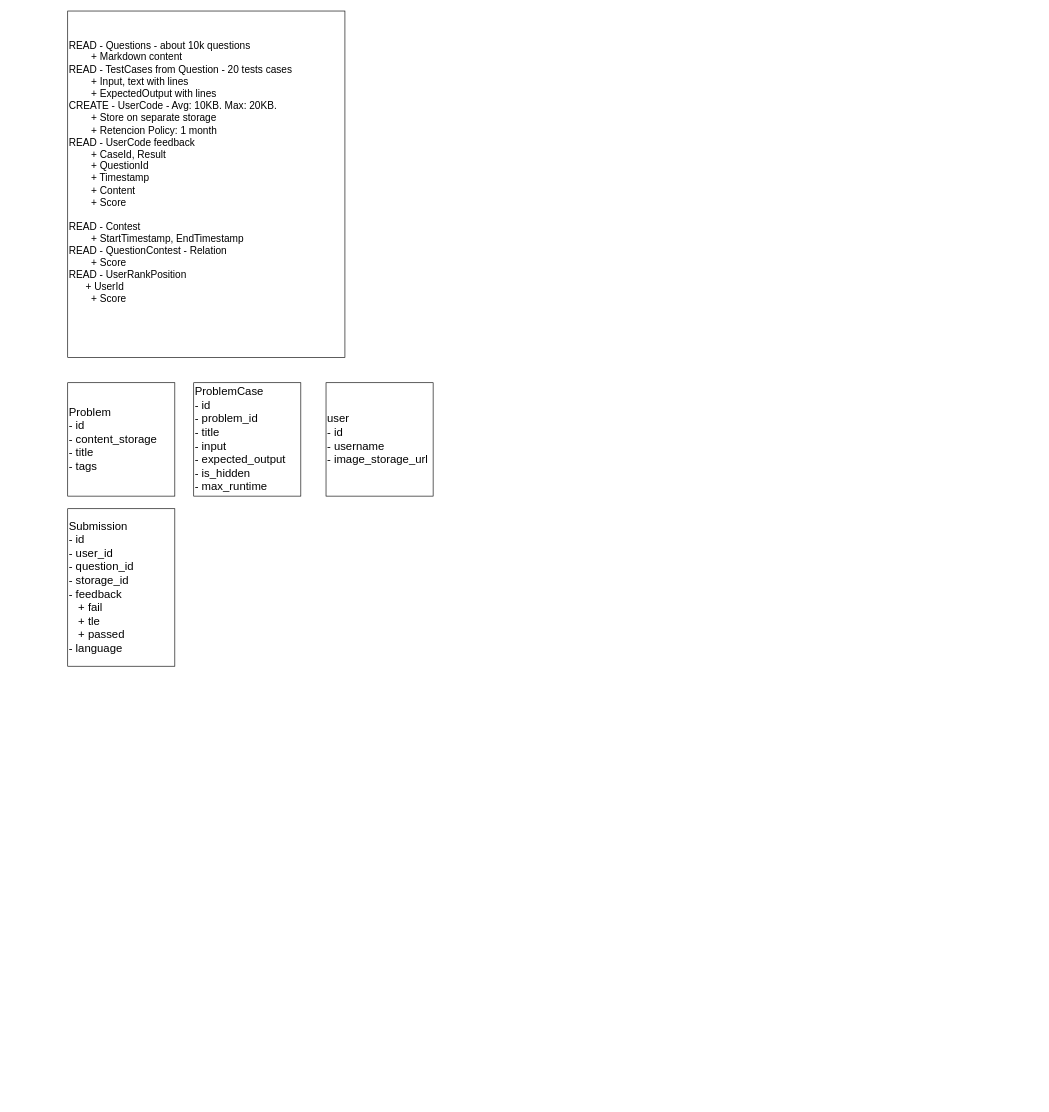
The draw.io diagram leetcode-system-design.drawio in titosilva/problems, before the edit. Source tidied: cells renumbered, new cells numbered last; positions are measured from the earlier drawing's top-left corner, leaving out a move shared by most shapes. Both pictures are drawn from the tidied source at 63%, with x=0, y=0 at pixel (67, 11).
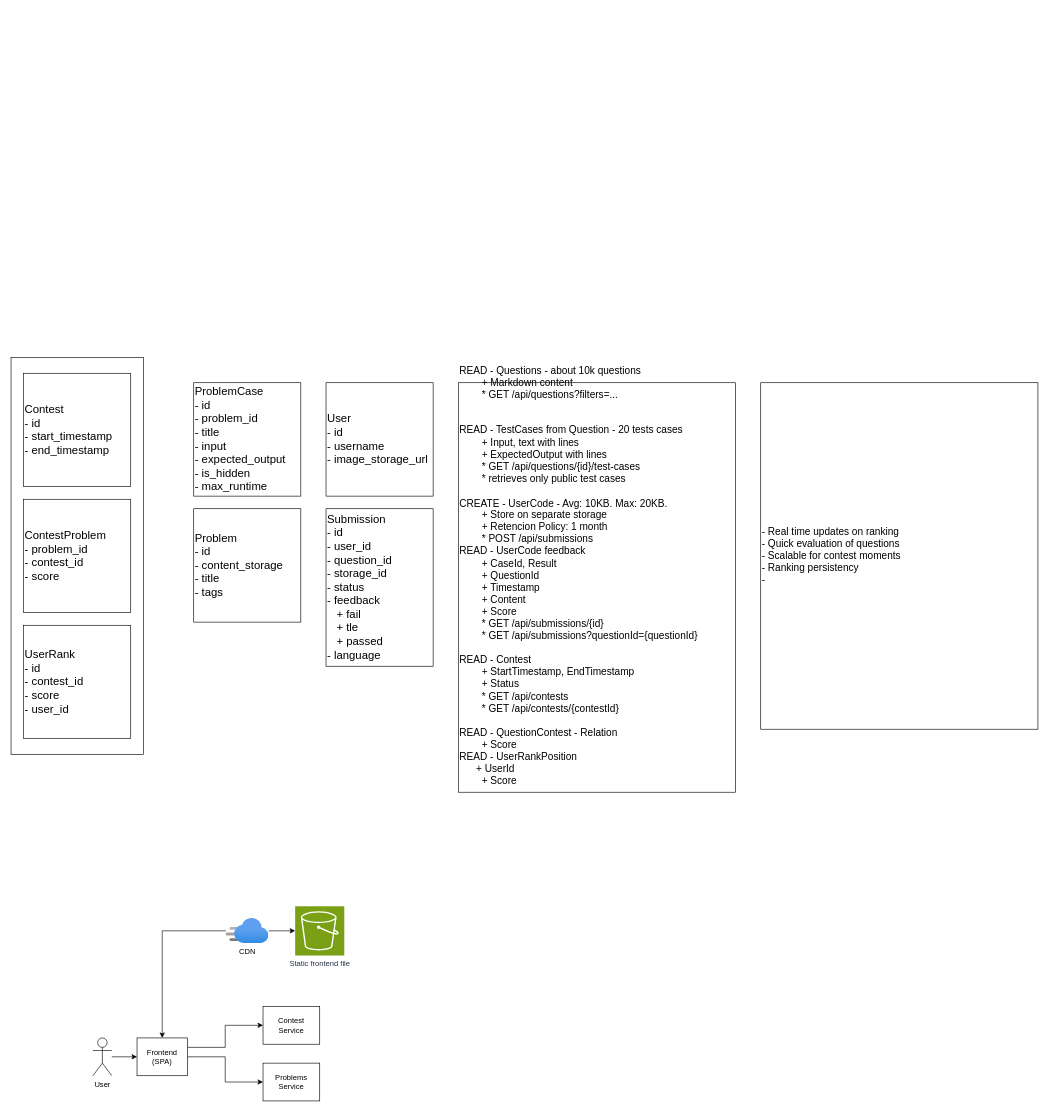
Above is the later version.

What changed in the source:
```diff
@@
+    <mxCell id="7" style="rounded=0;whiteSpace=wrap;html=1;" parent="1" vertex="1">
+      <mxGeometry x="-90" y="550" width="210" height="630" as="geometry" />
+    </mxCell>
-    <mxCell id="2" value="&lt;font size=&quot;3&quot;&gt;READ - Questions - about 10k questions&lt;/font&gt;&lt;div&gt;&lt;font size=&quot;3&quot;&gt;&lt;span style=&quot;white-space: pre;&quot;&gt;&#9;&lt;/span&gt;+ Markdown content&lt;br&gt;READ - TestCases from Question - 20 tests cases&lt;/font&gt;&lt;/div&gt;&lt;div&gt;&lt;font size=&quot;3&quot;&gt;&lt;span style=&quot;white-space: pre;&quot;&gt;&#9;&lt;/span&gt;+ Input, text with lines&lt;br&gt;&lt;span style=&quot;white-space: pre;&quot;&gt;&#9;&lt;/span&gt;+ ExpectedOutput with lines&lt;br&gt;&lt;/font&gt;&lt;div&gt;&lt;font size=&quot;3&quot;&gt;CREATE - UserCode - Avg: 10KB. Max: 20KB.&lt;/font&gt;&lt;/div&gt;&lt;div&gt;&lt;font size=&quot;3&quot;&gt;&lt;span style=&quot;white-space: pre;&quot;&gt;&#9;&lt;/span&gt;+ Store on separate storage&lt;/font&gt;&lt;/div&gt;&lt;div&gt;&lt;font size=&quot;3&quot;&gt;&lt;span style=&quot;white-space: pre;&quot;&gt;&#9;&lt;/span&gt;+ Retencion Policy: 1 month&lt;br&gt;&lt;/font&gt;&lt;span style=&quot;font-size: medium;&quot;&gt;READ - UserCode feedback&lt;/span&gt;&lt;font size=&quot;3&quot;&gt;&lt;br&gt;&lt;span style=&quot;white-space: pre;&quot;&gt;&#9;&lt;/span&gt;+ CaseId, Result&lt;/font&gt;&lt;/div&gt;&lt;div&gt;&lt;font size=&quot;3&quot;&gt;&lt;span style=&quot;white-space: pre;&quot;&gt;&#9;&lt;/span&gt;+ QuestionId&lt;br&gt;&lt;span style=&quot;white-space: pre;&quot;&gt;&#9;&lt;/span&gt;+ Timestamp&lt;br&gt;&lt;span style=&quot;white-space: pre;&quot;&gt;&#9;&lt;/span&gt;+ Content&lt;br&gt;&lt;span style=&quot;white-space: pre;&quot;&gt;&#9;&lt;/span&gt;+ Score&lt;br&gt;&lt;/font&gt;&lt;/div&gt;&lt;div&gt;&lt;font size=&quot;3&quot;&gt;&lt;br&gt;READ - Contest&lt;br&gt;&lt;span style=&quot;white-space: pre;&quot;&gt;&#9;&lt;/span&gt;+ StartTimestamp, EndTimestamp&lt;br&gt;READ - QuestionContest - Relation&lt;br&gt;&lt;span style=&quot;white-space: pre;&quot;&gt;&#9;&lt;/span&gt;+ Score&lt;br&gt;READ - UserRankPosition&lt;br&gt;&amp;nbsp; &amp;nbsp; &amp;nbsp; + UserId&lt;/font&gt;&lt;/div&gt;&lt;div&gt;&lt;font size=&quot;3&quot;&gt;&lt;span style=&quot;white-space: pre;&quot;&gt;&#9;&lt;/span&gt;+ Score&lt;/font&gt;&lt;/div&gt;&lt;div&gt;&lt;font size=&quot;3&quot;&gt;&lt;br&gt;&lt;/font&gt;&lt;/div&gt;&lt;div&gt;&lt;font size=&quot;3&quot;&gt;&lt;br&gt;&lt;/font&gt;&lt;/div&gt;&lt;/div&gt;" style="whiteSpace=wrap;html=1;align=left;" parent="1" vertex="1">
-      <mxGeometry width="440" height="550" as="geometry" />
+    <mxCell id="2" value="&lt;font size=&quot;3&quot;&gt;READ - Questions - about 10k questions&lt;/font&gt;&lt;div&gt;&lt;font size=&quot;3&quot;&gt;&lt;span style=&quot;white-space: pre;&quot;&gt;&#9;&lt;/span&gt;+ Markdown content&lt;br&gt;&lt;span style=&quot;white-space: pre;&quot;&gt;&#9;&lt;/span&gt;* GET /api/questions?filters=...&lt;br&gt;&lt;br&gt;&lt;br&gt;READ - TestCases from Question - 20 tests cases&lt;/font&gt;&lt;/div&gt;&lt;div&gt;&lt;font size=&quot;3&quot;&gt;&lt;span style=&quot;white-space: pre;&quot;&gt;&#9;&lt;/span&gt;+ Input, text with lines&lt;br&gt;&lt;span style=&quot;white-space: pre;&quot;&gt;&#9;&lt;/span&gt;+ ExpectedOutput with lines&lt;br&gt;&lt;span style=&quot;white-space: pre;&quot;&gt;&#9;&lt;/span&gt;* GET /api/questions/{id}/test-cases&lt;br&gt;&lt;span style=&quot;white-space: pre;&quot;&gt;&#9;&lt;/span&gt;* retrieves only public test cases&lt;br&gt;&lt;br&gt;&lt;/font&gt;&lt;div&gt;&lt;font size=&quot;3&quot;&gt;CREATE - UserCode - Avg: 10KB. Max: 20KB.&lt;/font&gt;&lt;/div&gt;&lt;div&gt;&lt;font size=&quot;3&quot;&gt;&lt;span style=&quot;white-space: pre;&quot;&gt;&#9;&lt;/span&gt;+ Store on separate storage&lt;/font&gt;&lt;/div&gt;&lt;div&gt;&lt;font size=&quot;3&quot;&gt;&lt;span style=&quot;white-space: pre;&quot;&gt;&#9;&lt;/span&gt;+ Retencion Policy: 1 month&lt;br&gt;&lt;span style=&quot;white-space: pre;&quot;&gt;&#9;&lt;/span&gt;* POST /api/submissions&lt;br&gt;&lt;/font&gt;&lt;span style=&quot;font-size: medium;&quot;&gt;READ - UserCode feedback&lt;/span&gt;&lt;font size=&quot;3&quot;&gt;&lt;br&gt;&lt;span style=&quot;white-space: pre;&quot;&gt;&#9;&lt;/span&gt;+ CaseId, Result&lt;/font&gt;&lt;/div&gt;&lt;div&gt;&lt;font size=&quot;3&quot;&gt;&lt;span style=&quot;white-space: pre;&quot;&gt;&#9;&lt;/span&gt;+ QuestionId&lt;br&gt;&lt;span style=&quot;white-space: pre;&quot;&gt;&#9;&lt;/span&gt;+ Timestamp&lt;br&gt;&lt;span style=&quot;white-space: pre;&quot;&gt;&#9;&lt;/span&gt;+ Content&lt;br&gt;&lt;span style=&quot;white-space: pre;&quot;&gt;&#9;&lt;/span&gt;+ Score&lt;br&gt;&lt;span style=&quot;white-space: pre;&quot;&gt;&#9;&lt;/span&gt;* GET /api/submissions/{id}&lt;br&gt;&lt;/font&gt;&lt;/div&gt;&lt;div&gt;&lt;font size=&quot;3&quot;&gt;&lt;span style=&quot;white-space: pre;&quot;&gt;&#9;&lt;/span&gt;* GET /api/submissions?questionId={questionId}&lt;br&gt;&lt;/font&gt;&lt;/div&gt;&lt;div&gt;&lt;font size=&quot;3&quot;&gt;&lt;br&gt;READ - Contest&lt;br&gt;&lt;span style=&quot;white-space: pre;&quot;&gt;&#9;&lt;/span&gt;+ StartTimestamp, EndTimestamp&lt;/font&gt;&lt;/div&gt;&lt;div&gt;&lt;font size=&quot;3&quot;&gt;&lt;span style=&quot;white-space: pre;&quot;&gt;&#9;&lt;/span&gt;+ Status&lt;br&gt;&lt;span style=&quot;white-space: pre;&quot;&gt;&#9;&lt;/span&gt;* GET /api/contests&lt;/font&gt;&lt;/div&gt;&lt;div&gt;&lt;font size=&quot;3&quot;&gt;&lt;span style=&quot;white-space: pre;&quot;&gt;&#9;&lt;/span&gt;* GET /api/contests/{contestId}&lt;br&gt;&lt;br&gt;READ - QuestionContest - Relation&lt;br&gt;&lt;span style=&quot;white-space: pre;&quot;&gt;&#9;&lt;/span&gt;+ Score&lt;br&gt;READ - UserRankPosition&lt;br&gt;&amp;nbsp; &amp;nbsp; &amp;nbsp; + UserId&lt;/font&gt;&lt;/div&gt;&lt;div&gt;&lt;font size=&quot;3&quot;&gt;&lt;span style=&quot;white-space: pre;&quot;&gt;&#9;&lt;/span&gt;+ Score&lt;/font&gt;&lt;/div&gt;&lt;div&gt;&lt;font size=&quot;3&quot;&gt;&lt;br&gt;&lt;/font&gt;&lt;/div&gt;&lt;div&gt;&lt;font size=&quot;3&quot;&gt;&lt;br&gt;&lt;/font&gt;&lt;/div&gt;&lt;/div&gt;" style="whiteSpace=wrap;html=1;align=left;" parent="1" vertex="1">
+      <mxGeometry x="620" y="590" width="440" height="650" as="geometry" />
     </mxCell>
     <mxCell id="3" value="&lt;font style=&quot;font-size: 18px;&quot;&gt;Problem&lt;br&gt;- id&lt;br&gt;- content_storage&lt;br&gt;- title&lt;br&gt;- tags&lt;/font&gt;" style="rounded=0;whiteSpace=wrap;html=1;align=left;" parent="1" vertex="1">
-      <mxGeometry y="590" width="170" height="180" as="geometry" />
+      <mxGeometry x="200" y="790" width="170" height="180" as="geometry" />
     </mxCell>
@@
-    <mxCell id="5" value="&lt;span style=&quot;font-size: 18px;&quot;&gt;Submission&lt;br&gt;- id&lt;br&gt;- user_id&lt;br&gt;- question_id&lt;br&gt;- storage_id&lt;br&gt;- feedback&lt;br&gt;&amp;nbsp; &amp;nbsp;+ fail&lt;br&gt;&amp;nbsp; &amp;nbsp;+ tle&lt;br&gt;&amp;nbsp; &amp;nbsp;+ passed&lt;br&gt;- language&lt;/span&gt;" style="rounded=0;whiteSpace=wrap;html=1;align=left;" parent="1" vertex="1">
-      <mxGeometry y="790" width="170" height="250" as="geometry" />
+    <mxCell id="5" value="&lt;span style=&quot;font-size: 18px;&quot;&gt;Submission&lt;br&gt;- id&lt;br&gt;- user_id&lt;br&gt;- question_id&lt;br&gt;- storage_id&lt;br&gt;- status&lt;br&gt;- feedback&lt;br&gt;&amp;nbsp; &amp;nbsp;+ fail&lt;br&gt;&amp;nbsp; &amp;nbsp;+ tle&lt;br&gt;&amp;nbsp; &amp;nbsp;+ passed&lt;br&gt;- language&lt;/span&gt;" style="rounded=0;whiteSpace=wrap;html=1;align=left;" parent="1" vertex="1">
+      <mxGeometry x="410" y="790" width="170" height="250" as="geometry" />
     </mxCell>
-    <mxCell id="6" value="&lt;span style=&quot;font-size: 18px;&quot;&gt;user&lt;br&gt;- id&lt;br&gt;- username&lt;br&gt;- image_storage_url&lt;/span&gt;" style="rounded=0;whiteSpace=wrap;html=1;align=left;" parent="1" vertex="1">
+    <mxCell id="6" value="&lt;span style=&quot;font-size: 18px;&quot;&gt;User&lt;br&gt;- id&lt;br&gt;- username&lt;br&gt;- image_storage_url&lt;/span&gt;" style="rounded=0;whiteSpace=wrap;html=1;align=left;" parent="1" vertex="1">
       <mxGeometry x="410" y="590" width="170" height="180" as="geometry" />
     </mxCell>
+    <mxCell id="8" value="&lt;span style=&quot;font-size: 18px;&quot;&gt;Contest&lt;br&gt;- id&lt;br&gt;- start_timestamp&lt;br&gt;- end_timestamp&lt;/span&gt;" style="rounded=0;whiteSpace=wrap;html=1;align=left;" parent="1" vertex="1">
+      <mxGeometry x="-70" y="575" width="170" height="180" as="geometry" />
+    </mxCell>
+    <mxCell id="9" value="&lt;span style=&quot;font-size: 18px;&quot;&gt;ContestProblem&lt;br&gt;- problem_id&lt;br&gt;- contest_id&lt;br&gt;- score&lt;br&gt;&lt;/span&gt;" style="rounded=0;whiteSpace=wrap;html=1;align=left;" parent="1" vertex="1">
+      <mxGeometry x="-70" y="775" width="170" height="180" as="geometry" />
+    </mxCell>
+    <mxCell id="10" value="&lt;span style=&quot;font-size: 18px;&quot;&gt;UserRank&lt;/span&gt;&lt;div&gt;&lt;span style=&quot;font-size: 18px;&quot;&gt;- id&lt;/span&gt;&lt;/div&gt;&lt;div&gt;&lt;span style=&quot;font-size: 18px;&quot;&gt;- contest_id&lt;br&gt;- score&lt;/span&gt;&lt;/div&gt;&lt;div&gt;&lt;span style=&quot;font-size: 18px;&quot;&gt;- user_id&lt;/span&gt;&lt;/div&gt;" style="rounded=0;whiteSpace=wrap;html=1;align=left;" parent="1" vertex="1">
+      <mxGeometry x="-70" y="975" width="170" height="180" as="geometry" />
+    </mxCell>
+    <mxCell id="11" value="&lt;div&gt;&lt;div&gt;&lt;font size=&quot;3&quot;&gt;- Real time updates on ranking&lt;/font&gt;&lt;/div&gt;&lt;/div&gt;&lt;div&gt;&lt;font size=&quot;3&quot;&gt;- Quick evaluation of questions&lt;br&gt;- Scalable for contest moments&lt;br&gt;- Ranking persistency&lt;br&gt;-&amp;nbsp;&lt;/font&gt;&lt;/div&gt;" style="whiteSpace=wrap;html=1;align=left;" parent="1" vertex="1">
+      <mxGeometry x="1100" y="590" width="440" height="550" as="geometry" />
+    </mxCell>
+    <mxCell id="12" style="edgeStyle=orthogonalEdgeStyle;rounded=0;jettySize=auto;html=1;entryX=0;entryY=0.5;entryDx=0;entryDy=0;" parent="1" edge="1" source="13" target="16">
+      <mxGeometry relative="1" as="geometry" />
+    </mxCell>
+    <mxCell id="13" value="User" style="shape=umlActor;verticalLabelPosition=bottom;verticalAlign=top;html=1;outlineConnect=0;" parent="1" vertex="1">
+      <mxGeometry x="40" y="1630" width="30" height="60" as="geometry" />
+    </mxCell>
+    <mxCell id="14" style="edgeStyle=orthogonalEdgeStyle;rounded=0;jettySize=auto;html=1;entryX=0;entryY=0.5;entryDx=0;entryDy=0;" parent="1" edge="1" source="16" target="23">
+      <mxGeometry relative="1" as="geometry" />
+    </mxCell>
+    <mxCell id="15" style="edgeStyle=orthogonalEdgeStyle;rounded=0;jettySize=auto;html=1;exitX=1;exitY=0.25;exitDx=0;exitDy=0;entryX=0;entryY=0.5;entryDx=0;entryDy=0;" parent="1" edge="1" source="16" target="22">
+      <mxGeometry relative="1" as="geometry" />
+    </mxCell>
+    <mxCell id="16" value="Frontend&lt;br&gt;(SPA)" style="rounded=0;whiteSpace=wrap;html=1;" parent="1" vertex="1">
+      <mxGeometry x="110" y="1630" width="80" height="60" as="geometry" />
+    </mxCell>
+    <mxCell id="17" style="edgeStyle=orthogonalEdgeStyle;rounded=0;jettySize=auto;html=1;entryX=0.5;entryY=0;entryDx=0;entryDy=0;" parent="1" edge="1" source="19" target="16">
+      <mxGeometry relative="1" as="geometry" />
+    </mxCell>
+    <mxCell id="18" style="edgeStyle=orthogonalEdgeStyle;rounded=0;jettySize=auto;html=1;" parent="1" edge="1" source="19" target="20">
+      <mxGeometry relative="1" as="geometry" />
+    </mxCell>
+    <mxCell id="19" value="CDN" style="image;html=1;points=[];align=center;fontSize=12;image=img/lib/azure2/app_services/CDN_Profiles.svg;" parent="1" vertex="1">
+      <mxGeometry x="251" y="1440" width="68" height="40" as="geometry" />
+    </mxCell>
+    <mxCell id="20" value="Static frontend file" style="sketch=0;points=[[0,0,0],[0.25,0,0],[0.5,0,0],[0.75,0,0],[1,0,0],[0,1,0],[0.25,1,0],[0.5,1,0],[0.75,1,0],[1,1,0],[0,0.25,0],[0,0.5,0],[0,0.75,0],[1,0.25,0],[1,0.5,0],[1,0.75,0]];outlineConnect=0;fontColor=#232F3E;fillColor=#7AA116;strokeColor=#ffffff;dashed=0;verticalLabelPosition=bottom;verticalAlign=top;align=center;html=1;fontSize=12;fontStyle=0;shape=mxgraph.aws4.resourceIcon;resIcon=mxgraph.aws4.s3;" parent="1" vertex="1">
+      <mxGeometry x="361" y="1421" width="78" height="78" as="geometry" />
+    </mxCell>
+    <mxCell id="21" style="edgeStyle=orthogonalEdgeStyle;rounded=0;orthogonalLoop=1;jettySize=auto;html=1;" parent="1" edge="1">
+      <mxGeometry relative="1" as="geometry">
+        <mxPoint x="400" y="1660" as="targetPoint" />
+      </mxGeometry>
+    </mxCell>
+    <mxCell id="22" value="Contest&lt;br&gt;Service" style="rounded=0;whiteSpace=wrap;html=1;" parent="1" vertex="1">
+      <mxGeometry x="310" y="1580" width="90" height="60" as="geometry" />
+    </mxCell>
+    <mxCell id="23" value="Problems&lt;br&gt;Service" style="rounded=0;whiteSpace=wrap;html=1;" parent="1" vertex="1">
+      <mxGeometry x="310" y="1670" width="90" height="60" as="geometry" />
+    </mxCell>
```
